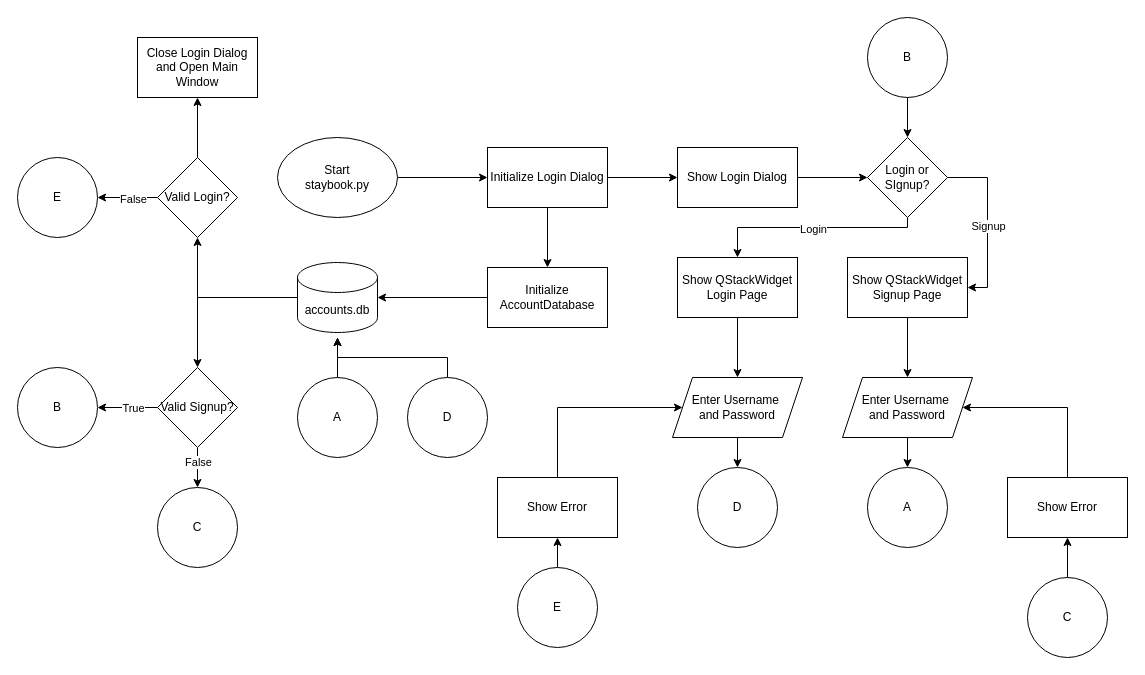
This is document/flowchart.drawio from euuii/StayBook, a draw.io file, before an edit. Source tidied: cells renumbered, new cells numbered last; positions are measured from the earlier drawing's top-left corner, leaving out a move shared by most shapes. Both pictures are drawn from the tidied source at 100%, with x=0, y=0 at pixel (17, 17).
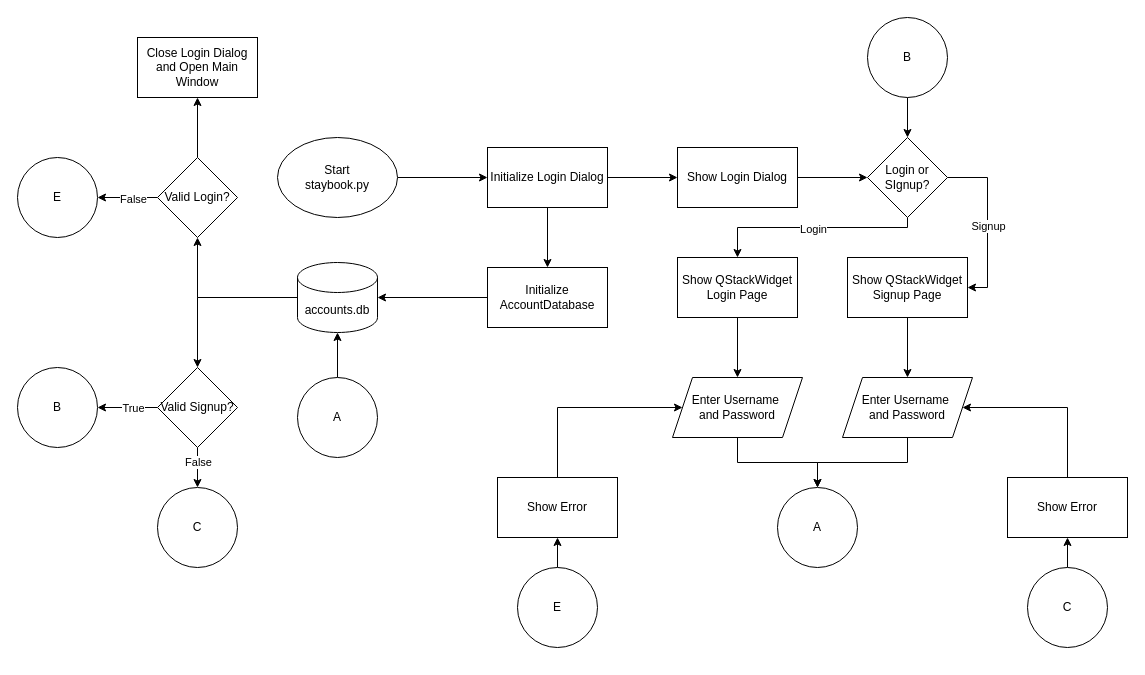
After the change.

Unchanged cells that the change refers to:
```xml
<mxCell id="9" value="accounts.db" style="shape=cylinder3;whiteSpace=wrap;html=1;boundedLbl=1;backgroundOutline=1;size=15;" parent="1" vertex="1">
  <mxGeometry x="280" y="245" width="80" height="70" as="geometry" />
</mxCell>
<mxCell id="25" value="Enter Username&amp;nbsp;&lt;div&gt;and Password&lt;/div&gt;" style="shape=parallelogram;perimeter=parallelogramPerimeter;whiteSpace=wrap;html=1;fixedSize=1;" parent="1" vertex="1">
  <mxGeometry x="655" y="360" width="130" height="60" as="geometry" />
</mxCell>
<mxCell id="33" value="A" style="ellipse;whiteSpace=wrap;html=1;" parent="1" vertex="1">
  <mxGeometry x="280" y="360" width="80" height="80" as="geometry" />
</mxCell>
```

Diff of the diagram source:
```diff
@@
-    <mxCell id="24" style="edgeStyle=orthogonalEdgeStyle;rounded=0;jettySize=auto;html=1;entryX=0.5;entryY=0;entryDx=0;entryDy=0;" parent="1" edge="1" source="25" target="38">
+    <mxCell id="24" style="edgeStyle=orthogonalEdgeStyle;rounded=0;jettySize=auto;html=1;entryX=0.5;entryY=0;entryDx=0;entryDy=0;" parent="1" edge="1" source="25" target="31">
       <mxGeometry relative="1" as="geometry" />
     </mxCell>
@@
     <mxCell id="31" value="A" style="ellipse;whiteSpace=wrap;html=1;" parent="1" vertex="1">
-      <mxGeometry x="850" y="450" width="80" height="80" as="geometry" />
+      <mxGeometry x="760" y="470" width="80" height="80" as="geometry" />
     </mxCell>
-    <mxCell id="32" style="edgeStyle=orthogonalEdgeStyle;rounded=0;jettySize=auto;html=1;" parent="1" edge="1" source="33">
-      <mxGeometry relative="1" as="geometry">
-        <mxPoint x="320" y="320" as="targetPoint" />
-      </mxGeometry>
+    <mxCell id="32" style="edgeStyle=orthogonalEdgeStyle;rounded=0;jettySize=auto;html=1;" parent="1" edge="1" source="33" target="9">
+      <mxGeometry relative="1" as="geometry" />
     </mxCell>
@@
     <mxCell id="35" value="C" style="ellipse;whiteSpace=wrap;html=1;" parent="1" vertex="1">
-      <mxGeometry x="1010" y="560" width="80" height="80" as="geometry" />
+      <mxGeometry x="1010" y="550" width="80" height="80" as="geometry" />
     </mxCell>
@@
-    <mxCell id="38" value="D" style="ellipse;whiteSpace=wrap;html=1;" parent="1" vertex="1">
-      <mxGeometry x="680" y="450" width="80" height="80" as="geometry" />
-    </mxCell>
-    <mxCell id="39" style="edgeStyle=orthogonalEdgeStyle;rounded=0;jettySize=auto;html=1;" parent="1" edge="1" source="40">
-      <mxGeometry relative="1" as="geometry">
-        <mxPoint x="320" y="320" as="targetPoint" />
-        <Array as="points">
-          <mxPoint x="430" y="340" />
-          <mxPoint x="320" y="340" />
-        </Array>
-      </mxGeometry>
-    </mxCell>
-    <mxCell id="40" value="D" style="ellipse;whiteSpace=wrap;html=1;" parent="1" vertex="1">
-      <mxGeometry x="390" y="360" width="80" height="80" as="geometry" />
-    </mxCell>
```
